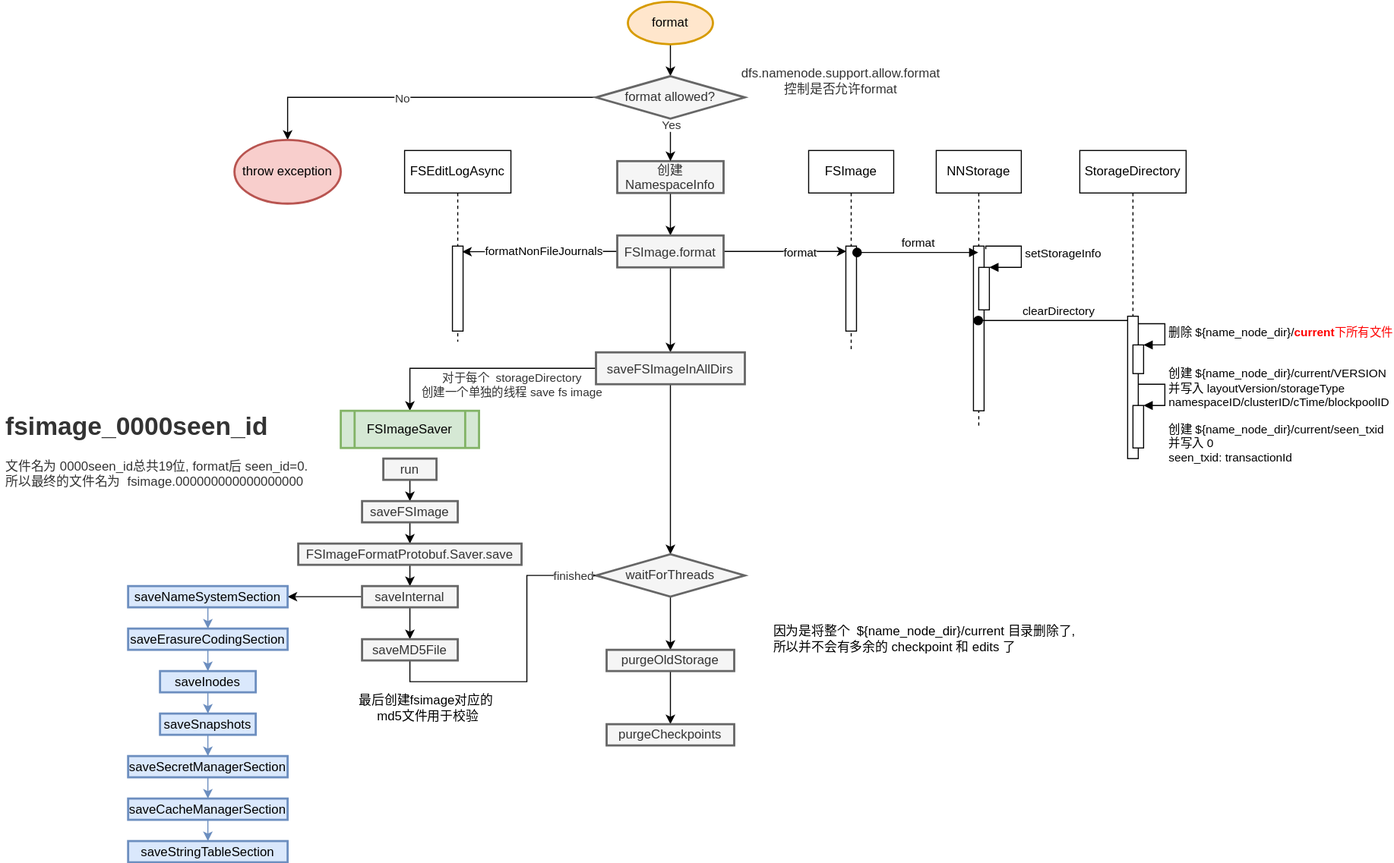
Before: docs/hdfs/nn-format/hdfs-NN-format.svg, a diagram exported from draw.io (wbo4958/wbo4958.github.io). Source tidied: cells renumbered, new cells last; positions are measured from the earlier drawing's top-left corner, leaving out a move shared by most shapes.
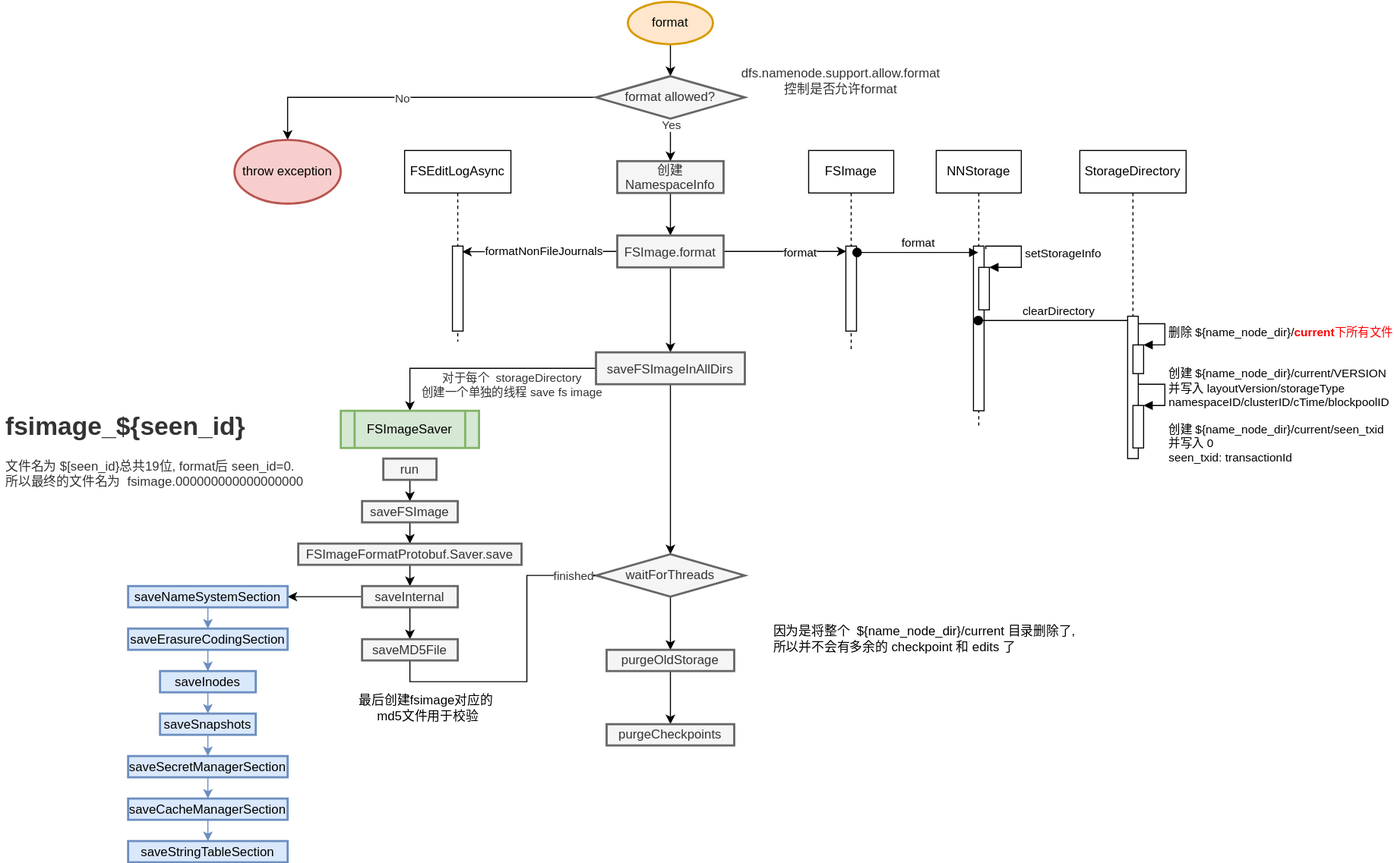
After the change.

The edit, as a diff of the source:
```diff
@@ -176,7 +176,7 @@
     <mxCell id="51" value="saveInternal" style="strokeColor=#666666;strokeWidth=2;fillColor=#f5f5f5;fontColor=#333333;" parent="1" vertex="1">
       <mxGeometry x="340" y="550" width="90" height="20" as="geometry" />
     </mxCell>
-    <mxCell id="52" value="&lt;h1&gt;fsimage_0000seen_id&lt;/h1&gt;&lt;p&gt;文件名为 0000seen_id总共19位, format后 seen_id=0.&lt;br&gt;所以最终的文件名为&amp;nbsp; fsimage.000000000000000000&lt;br&gt;&lt;/p&gt;" style="text;html=1;strokeColor=none;fillColor=none;spacing=5;spacingTop=-20;whiteSpace=wrap;overflow=hidden;rounded=0;fontColor=#333333;" parent="1" vertex="1">
+    <mxCell id="52" value="&lt;h1&gt;fsimage_${seen_id}&lt;/h1&gt;&lt;p&gt;文件名为 $[seen_id}总共19位, format后 seen_id=0.&lt;br&gt;所以最终的文件名为&amp;nbsp; fsimage.000000000000000000&lt;br&gt;&lt;/p&gt;" style="text;html=1;strokeColor=none;fillColor=none;spacing=5;spacingTop=-20;whiteSpace=wrap;overflow=hidden;rounded=0;fontColor=#333333;" parent="1" vertex="1">
       <mxGeometry y="380" width="300" height="90" as="geometry" />
     </mxCell>
     <mxCell id="53" style="edgeStyle=orthogonalEdgeStyle;rounded=0;jettySize=auto;html=1;fontColor=#333333;fillColor=#dae8fc;strokeColor=#6c8ebf;" parent="1" edge="1" source="54" target="56">
```
